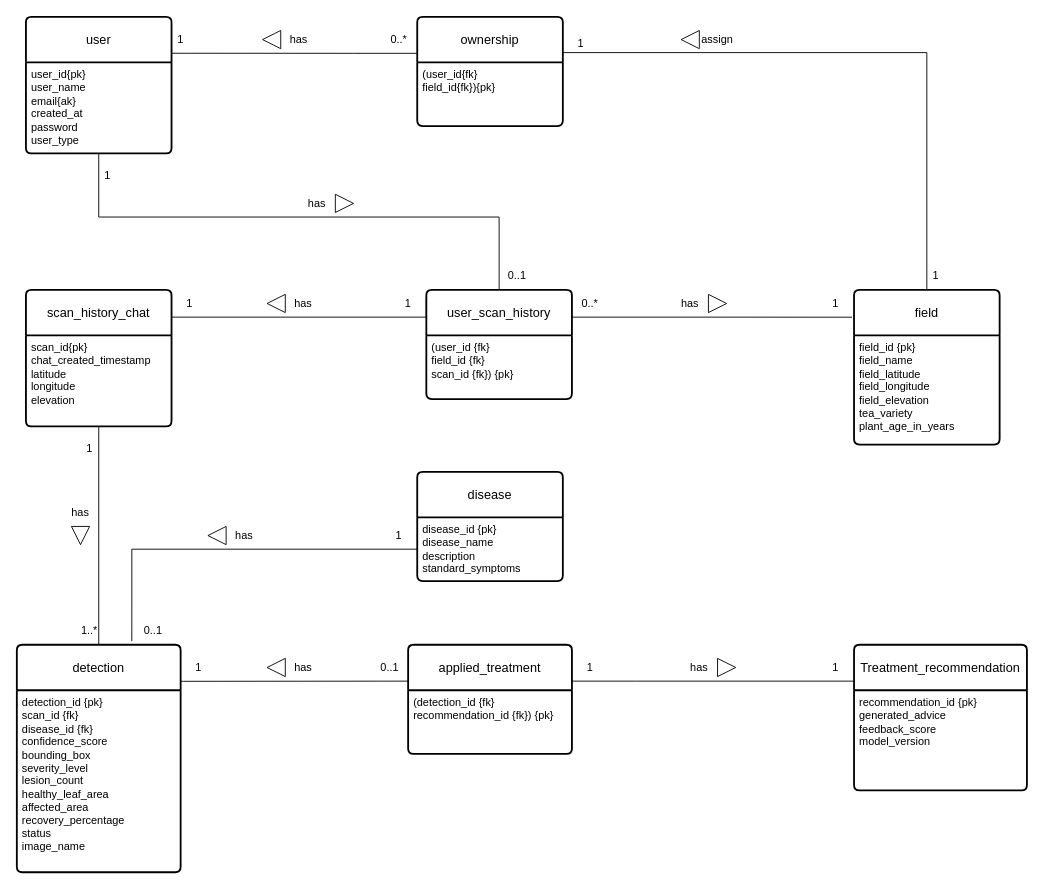
Earlier version of the draw.io diagram app/database/diagrams/Logical.drawio (visharaaa/TeaCareAI). Source tidied: cells renumbered, new cells numbered last; positions are measured from the earlier drawing's top-left corner, leaving out a move shared by most shapes. Both pictures are drawn from the tidied source at 91%, with x=0, y=0 at pixel (16, 16).
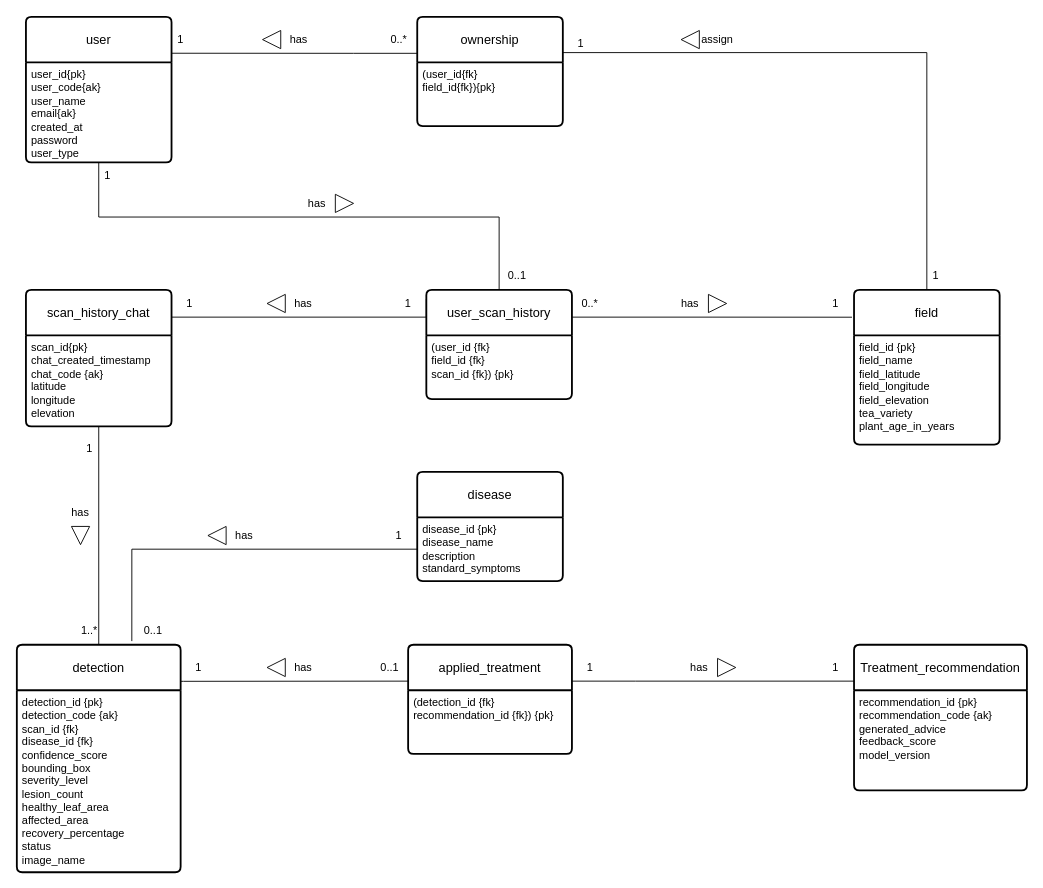
The same diagram, later.

The change refers to these unchanged cells:
```xml
<mxCell id="16" value="scan_history_chat" style="swimlane;horizontal=1;startSize=50;rounded=1;fontSize=14;fontStyle=0;strokeWidth=2;shadow=0;dashed=0;align=center;arcSize=4;whiteSpace=wrap;html=1;" parent="1" vertex="1">
  <mxGeometry x="10" y="300" width="160" height="150" as="geometry" />
</mxCell>
<mxCell id="18" value="field" style="swimlane;horizontal=1;startSize=50;rounded=1;fontSize=14;fontStyle=0;strokeWidth=2;shadow=0;dashed=0;align=center;arcSize=4;whiteSpace=wrap;html=1;" parent="1" vertex="1">
  <mxGeometry x="920" y="300" width="160" height="170" as="geometry" />
</mxCell>
<mxCell id="20" value="detection" style="swimlane;horizontal=1;startSize=50;rounded=1;fontSize=14;fontStyle=0;strokeWidth=2;shadow=0;dashed=0;align=center;arcSize=4;whiteSpace=wrap;html=1;" parent="1" vertex="1">
  <mxGeometry y="690" width="180" height="250" as="geometry" />
</mxCell>
<mxCell id="45" value="Treatment_recommendation" style="swimlane;horizontal=1;startSize=50;rounded=1;fontSize=14;fontStyle=0;strokeWidth=2;shadow=0;dashed=0;align=center;arcSize=4;whiteSpace=wrap;html=1;" parent="1" vertex="1">
  <mxGeometry x="920" y="690" width="190" height="160" as="geometry" />
</mxCell>
```

What changed in the source:
```diff
@@
     <mxCell id="2" value="user" style="swimlane;horizontal=1;startSize=50;rounded=1;fontSize=14;fontStyle=0;strokeWidth=2;shadow=0;dashed=0;align=center;arcSize=4;whiteSpace=wrap;html=1;" parent="1" vertex="1">
-      <mxGeometry x="10" width="160" height="150" as="geometry" />
+      <mxGeometry x="10" width="160" height="160" as="geometry" />
     </mxCell>
-    <mxCell id="3" value="user_id{pk}&lt;div&gt;user_name&lt;/div&gt;&lt;div&gt;email{ak}&lt;/div&gt;&lt;div&gt;created_at&lt;/div&gt;&lt;div&gt;password&lt;/div&gt;&lt;div&gt;user_type&lt;/div&gt;" style="align=left;strokeColor=none;fillColor=none;spacingLeft=4;spacingRight=4;fontSize=12;verticalAlign=top;html=1;whiteSpace=wrap;" parent="2" vertex="1">
-      <mxGeometry y="50" width="160" height="100" as="geometry" />
+    <mxCell id="3" value="user_id{pk}&lt;div&gt;user_code{ak}&lt;br&gt;&lt;div&gt;user_name&lt;/div&gt;&lt;div&gt;email{ak}&lt;/div&gt;&lt;div&gt;created_at&lt;/div&gt;&lt;div&gt;password&lt;/div&gt;&lt;div&gt;user_type&lt;/div&gt;&lt;/div&gt;" style="align=left;strokeColor=none;fillColor=none;spacingLeft=4;spacingRight=4;fontSize=12;verticalAlign=top;html=1;whiteSpace=wrap;" parent="2" vertex="1">
+      <mxGeometry y="50" width="160" height="110" as="geometry" />
     </mxCell>
@@
-    <mxCell id="17" value="scan_id{pk}&lt;div&gt;chat_created_timestamp&lt;/div&gt;&lt;div&gt;&lt;div&gt;latitude&lt;/div&gt;&lt;div&gt;longitude&lt;/div&gt;&lt;div&gt;elevation&lt;/div&gt;&lt;/div&gt;&lt;div&gt;&lt;br&gt;&lt;/div&gt;" style="align=left;strokeColor=none;fillColor=none;spacingLeft=4;spacingRight=4;fontSize=12;verticalAlign=top;html=1;whiteSpace=wrap;" parent="16" vertex="1">
+    <mxCell id="17" value="scan_id{pk}&lt;div&gt;chat_created_timestamp&lt;/div&gt;&lt;div&gt;chat_code {ak}&lt;/div&gt;&lt;div&gt;&lt;div&gt;latitude&lt;/div&gt;&lt;div&gt;longitude&lt;/div&gt;&lt;div&gt;elevation&lt;/div&gt;&lt;/div&gt;&lt;div&gt;&lt;br&gt;&lt;/div&gt;" style="align=left;strokeColor=none;fillColor=none;spacingLeft=4;spacingRight=4;fontSize=12;verticalAlign=top;html=1;whiteSpace=wrap;" parent="16" vertex="1">
       <mxGeometry y="50" width="160" height="100" as="geometry" />
     </mxCell>
@@
-    <mxCell id="19" value="field_id {pk}&lt;div&gt;field_name&lt;br&gt;&lt;div&gt;field_latitude&lt;/div&gt;&lt;div&gt;&lt;span style=&quot;background-color: transparent; color: light-dark(rgb(0, 0, 0), rgb(255, 255, 255));&quot;&gt;field_&lt;/span&gt;longitude&lt;/div&gt;&lt;div&gt;&lt;span style=&quot;background-color: transparent; color: light-dark(rgb(0, 0, 0), rgb(255, 255, 255));&quot;&gt;field_&lt;/span&gt;elevation&lt;/div&gt;&lt;div&gt;tea_variety&lt;/div&gt;&lt;div&gt;plant_age_in_years&lt;/div&gt;&lt;/div&gt;" style="align=left;strokeColor=none;fillColor=none;spacingLeft=4;spacingRight=4;fontSize=12;verticalAlign=top;html=1;whiteSpace=wrap;" parent="18" vertex="1">
+    <mxCell id="19" value="field_id {pk}&lt;div&gt;&lt;div&gt;field_name&lt;br&gt;&lt;div&gt;field_latitude&lt;/div&gt;&lt;div&gt;&lt;span style=&quot;background-color: transparent; color: light-dark(rgb(0, 0, 0), rgb(255, 255, 255));&quot;&gt;field_&lt;/span&gt;longitude&lt;/div&gt;&lt;div&gt;&lt;span style=&quot;background-color: transparent; color: light-dark(rgb(0, 0, 0), rgb(255, 255, 255));&quot;&gt;field_&lt;/span&gt;elevation&lt;/div&gt;&lt;div&gt;tea_variety&lt;/div&gt;&lt;div&gt;plant_age_in_years&lt;/div&gt;&lt;/div&gt;&lt;/div&gt;" style="align=left;strokeColor=none;fillColor=none;spacingLeft=4;spacingRight=4;fontSize=12;verticalAlign=top;html=1;whiteSpace=wrap;" parent="18" vertex="1">
       <mxGeometry y="50" width="160" height="120" as="geometry" />
     </mxCell>
@@
-    <mxCell id="21" value="detection_id {pk}&lt;div&gt;scan_id {fk}&lt;/div&gt;&lt;div&gt;disease_id {fk}&lt;br&gt;&lt;div&gt;confidence_score&lt;/div&gt;&lt;div&gt;bounding_box&lt;/div&gt;&lt;div&gt;severity_level&lt;/div&gt;&lt;div&gt;lesion_count&lt;/div&gt;&lt;div&gt;healthy_leaf_area&lt;/div&gt;&lt;div&gt;affected_area&lt;/div&gt;&lt;/div&gt;&lt;div&gt;&lt;div&gt;recovery_percentage&lt;/div&gt;&lt;div&gt;status&lt;/div&gt;&lt;/div&gt;&lt;div&gt;image_name&lt;/div&gt;" style="align=left;strokeColor=none;fillColor=none;spacingLeft=4;spacingRight=4;fontSize=12;verticalAlign=top;html=1;whiteSpace=wrap;" parent="20" vertex="1">
+    <mxCell id="21" value="detection_id {pk}&lt;div&gt;detection_code {ak}&lt;br&gt;&lt;div&gt;scan_id {fk}&lt;/div&gt;&lt;div&gt;disease_id {fk}&lt;br&gt;&lt;div&gt;confidence_score&lt;/div&gt;&lt;div&gt;bounding_box&lt;/div&gt;&lt;div&gt;severity_level&lt;/div&gt;&lt;div&gt;lesion_count&lt;/div&gt;&lt;div&gt;healthy_leaf_area&lt;/div&gt;&lt;div&gt;affected_area&lt;/div&gt;&lt;/div&gt;&lt;div&gt;&lt;div&gt;recovery_percentage&lt;/div&gt;&lt;div&gt;status&lt;/div&gt;&lt;/div&gt;&lt;div&gt;image_name&lt;/div&gt;&lt;/div&gt;" style="align=left;strokeColor=none;fillColor=none;spacingLeft=4;spacingRight=4;fontSize=12;verticalAlign=top;html=1;whiteSpace=wrap;" parent="20" vertex="1">
       <mxGeometry y="50" width="180" height="200" as="geometry" />
     </mxCell>
@@
-    <mxCell id="46" value="recommendation_id {pk}&lt;div&gt;generated_advice&lt;/div&gt;&lt;div&gt;feedback_score&lt;/div&gt;&lt;div&gt;model_version&lt;/div&gt;" style="align=left;strokeColor=none;fillColor=none;spacingLeft=4;spacingRight=4;fontSize=12;verticalAlign=top;html=1;whiteSpace=wrap;" parent="45" vertex="1">
+    <mxCell id="46" value="recommendation_id {pk}&lt;div&gt;recommendation_code {ak}&lt;br&gt;&lt;div&gt;generated_advice&lt;/div&gt;&lt;div&gt;feedback_score&lt;/div&gt;&lt;div&gt;model_version&lt;/div&gt;&lt;/div&gt;" style="align=left;strokeColor=none;fillColor=none;spacingLeft=4;spacingRight=4;fontSize=12;verticalAlign=top;html=1;whiteSpace=wrap;" parent="45" vertex="1">
       <mxGeometry y="50" width="190" height="110" as="geometry" />
     </mxCell>
```
